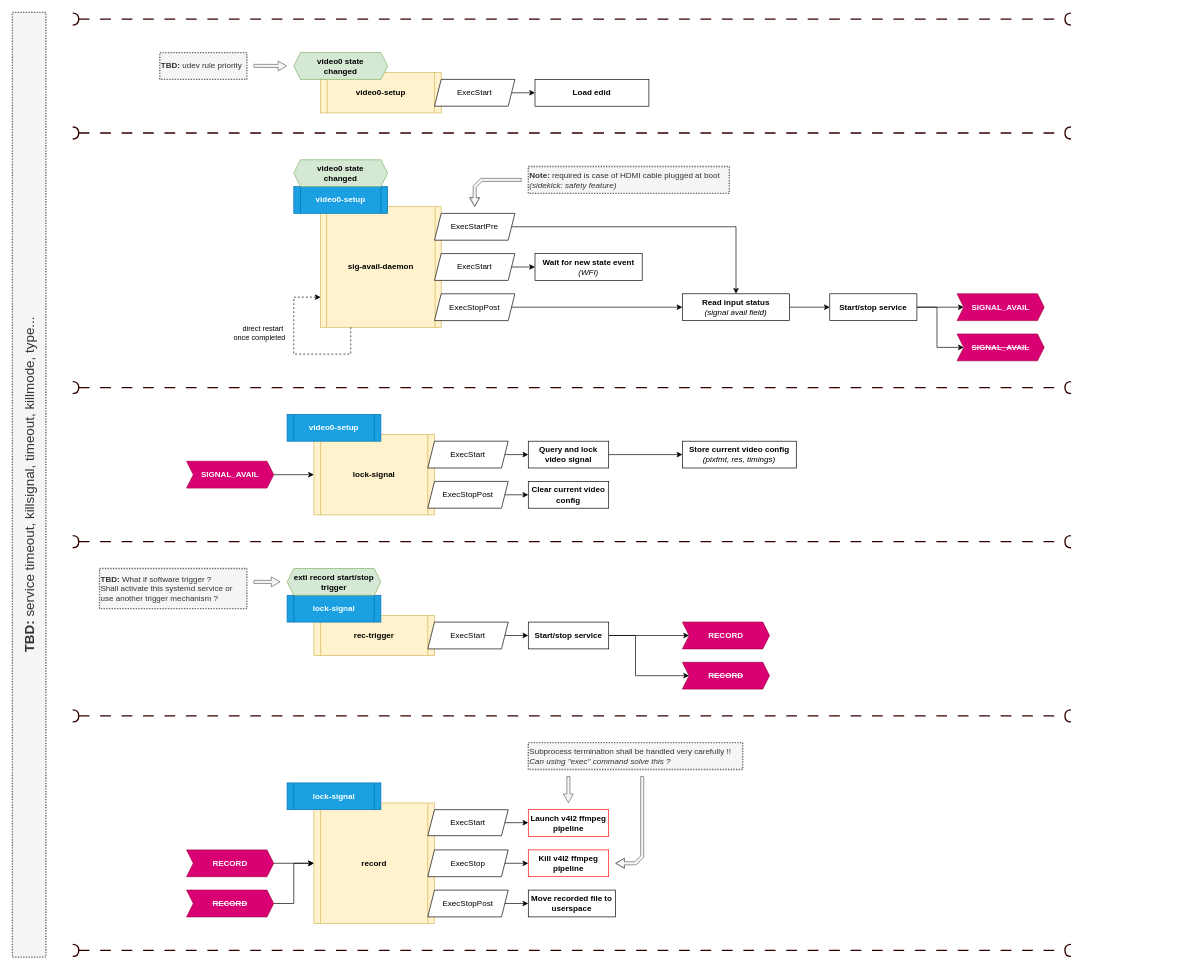
This is page "system-behavior" (3 of 8) of docs/arch/arch.v4.drawio from repeact/embedded-sw, a draw.io file, before an edit. Source tidied: cells renumbered, new cells numbered last; positions are measured from the earlier drawing's top-left corner, leaving out a move shared by most shapes. Both pictures are drawn from the tidied source at 67%, with x=0, y=0 at pixel (12, 12).
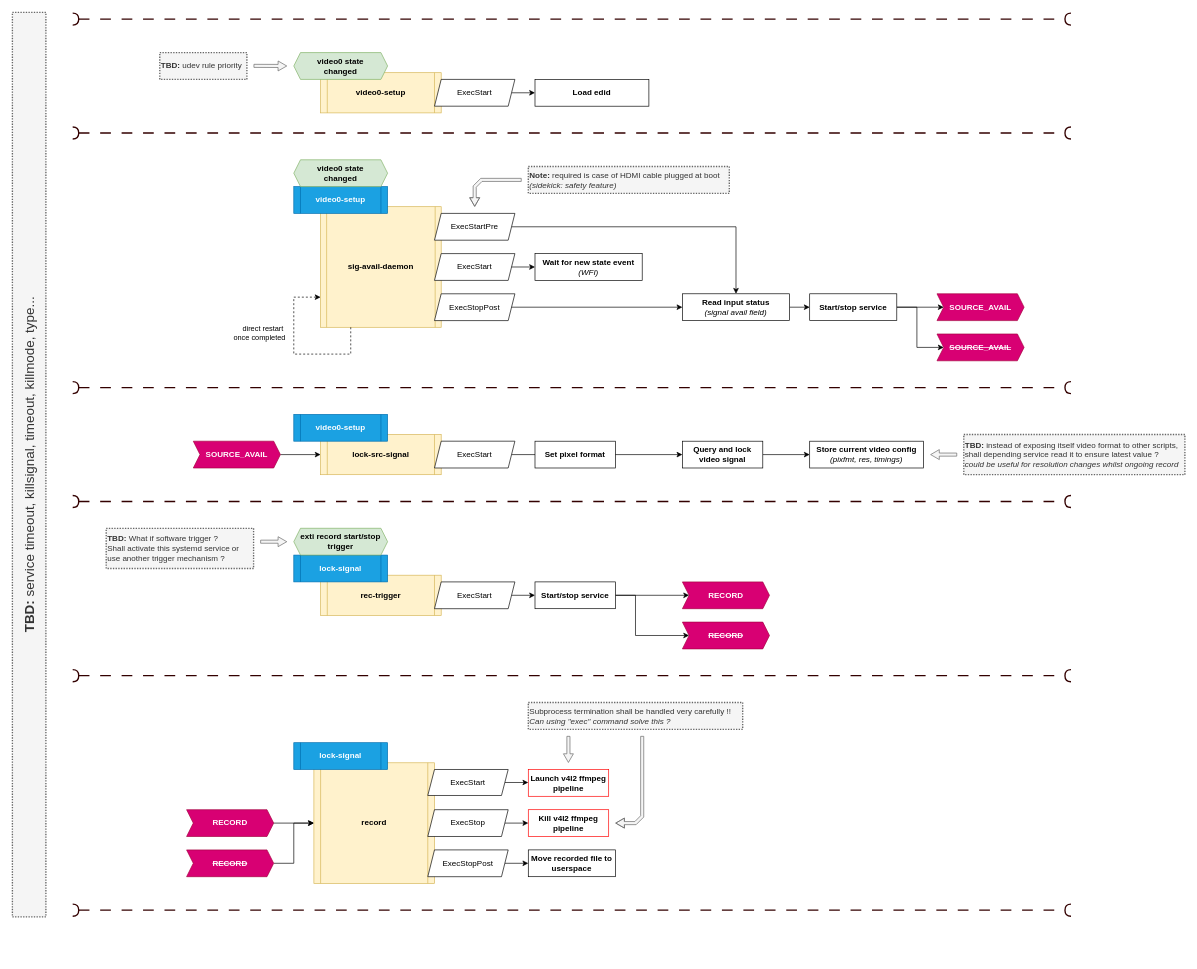
The same diagram, later.

Commit message (it also covers changes not shown here):
docs(arch): add lock source signal design

What changed in the source:
```diff
@@
-    <mxCell id="7" value="&lt;span style=&quot;font-size: 12px;&quot;&gt;&lt;b&gt;lock-signal&lt;/b&gt;&lt;/span&gt;" style="shape=process;whiteSpace=wrap;html=1;backgroundOutline=1;size=0.05555555555555555;strokeWidth=1;fontSize=8;fillColor=#fff2cc;strokeColor=#d6b656;" parent="1" vertex="1">
-      <mxGeometry x="450" y="630" width="180" height="120" as="geometry" />
+    <mxCell id="7" value="&lt;b style=&quot;font-size: 12px;&quot;&gt;lock-src-signal&lt;/b&gt;" style="shape=process;whiteSpace=wrap;html=1;backgroundOutline=1;size=0.05555555555555555;strokeWidth=1;fontSize=8;fillColor=#fff2cc;strokeColor=#d6b656;" parent="1" vertex="1">
+      <mxGeometry x="460" y="630" width="180" height="60" as="geometry" />
     </mxCell>
@@
     <mxCell id="9" value="&lt;b&gt;Query and lock video signal&lt;/b&gt;" style="rounded=0;whiteSpace=wrap;html=1;strokeWidth=1;" parent="1" vertex="1">
-      <mxGeometry x="770" y="640" width="120" height="40" as="geometry" />
+      <mxGeometry x="1000" y="640" width="120" height="40" as="geometry" />
     </mxCell>
     <mxCell id="10" value="&lt;b&gt;Store current video config&lt;/b&gt;&lt;div&gt;&lt;i&gt;(pixfmt, res, timings)&lt;/i&gt;&lt;/div&gt;" style="rounded=0;whiteSpace=wrap;html=1;strokeWidth=1;" parent="1" vertex="1">
-      <mxGeometry x="1000" y="640" width="170" height="40" as="geometry" />
+      <mxGeometry x="1190" y="640" width="170" height="40" as="geometry" />
     </mxCell>
@@
     <mxCell id="12" value="&lt;b style=&quot;font-size: 12px;&quot;&gt;video0-setup&lt;/b&gt;" style="shape=process;whiteSpace=wrap;html=1;backgroundOutline=1;size=0.07142857142857142;strokeWidth=1;fontSize=8;fillColor=#1ba1e2;fontColor=#FFFFFF;strokeColor=#006EAF;" parent="1" vertex="1">
-      <mxGeometry x="410" y="600" width="140" height="40" as="geometry" />
+      <mxGeometry x="420" y="600" width="140" height="40" as="geometry" />
     </mxCell>
-    <mxCell id="13" value="&lt;b&gt;SIGNAL_AVAIL&lt;/b&gt;" style="shape=step;perimeter=stepPerimeter;whiteSpace=wrap;html=1;fixedSize=1;size=10;fillColor=#d80073;strokeColor=#A50040;fontColor=#ffffff;" parent="1" vertex="1">
-      <mxGeometry x="1410" y="420" width="130" height="40" as="geometry" />
+    <mxCell id="13" value="&lt;b&gt;SOURCE_AVAIL&lt;/b&gt;" style="shape=step;perimeter=stepPerimeter;whiteSpace=wrap;html=1;fixedSize=1;size=10;fillColor=#d80073;strokeColor=#A50040;fontColor=#ffffff;" parent="1" vertex="1">
+      <mxGeometry x="1380" y="420" width="130" height="40" as="geometry" />
     </mxCell>
-    <mxCell id="14" value="&lt;b&gt;&lt;strike&gt;SIGNAL_AVAIL&lt;/strike&gt;&lt;/b&gt;" style="shape=step;perimeter=stepPerimeter;whiteSpace=wrap;html=1;fixedSize=1;size=10;fillColor=#d80073;strokeColor=#A50040;fontColor=#ffffff;" parent="1" vertex="1">
-      <mxGeometry x="1410" y="480" width="130" height="40" as="geometry" />
+    <mxCell id="14" value="&lt;b&gt;&lt;strike&gt;SOURCE_AVAIL&lt;/strike&gt;&lt;/b&gt;" style="shape=step;perimeter=stepPerimeter;whiteSpace=wrap;html=1;fixedSize=1;size=10;fillColor=#d80073;strokeColor=#A50040;fontColor=#ffffff;" parent="1" vertex="1">
+      <mxGeometry x="1380" y="480" width="130" height="40" as="geometry" />
     </mxCell>
@@
     <mxCell id="22" value="ExecStart" style="shape=parallelogram;perimeter=parallelogramPerimeter;whiteSpace=wrap;html=1;fixedSize=1;size=10;spacingTop=0;spacingLeft=8;spacingRight=8;" parent="1" vertex="1">
-      <mxGeometry x="620" y="640" width="120" height="40" as="geometry" />
+      <mxGeometry x="630" y="640" width="120" height="40" as="geometry" />
     </mxCell>
@@
-    <mxCell id="24" value="&lt;b&gt;SIGNAL_AVAIL&lt;/b&gt;" style="shape=step;perimeter=stepPerimeter;whiteSpace=wrap;html=1;fixedSize=1;size=10;fillColor=#d80073;strokeColor=#A50040;fontColor=#ffffff;" parent="1" vertex="1">
-      <mxGeometry x="260" y="670" width="130" height="40" as="geometry" />
+    <mxCell id="24" value="&lt;b&gt;SOURCE_AVAIL&lt;/b&gt;" style="shape=step;perimeter=stepPerimeter;whiteSpace=wrap;html=1;fixedSize=1;size=10;fillColor=#d80073;strokeColor=#A50040;fontColor=#ffffff;" parent="1" vertex="1">
+      <mxGeometry x="270" y="640" width="130" height="40" as="geometry" />
     </mxCell>
-    <mxCell id="25" style="edgeStyle=orthogonalEdgeStyle;rounded=0;jettySize=auto;html=1;exitX=1;exitY=0.5;exitDx=0;exitDy=0;entryX=0;entryY=0.5;entryDx=0;entryDy=0;" parent="1" edge="1" source="26" target="27">
-      <mxGeometry relative="1" as="geometry" />
-    </mxCell>
-    <mxCell id="26" value="ExecStopPost" style="shape=parallelogram;perimeter=parallelogramPerimeter;whiteSpace=wrap;html=1;fixedSize=1;size=10;spacingTop=0;spacingLeft=8;spacingRight=8;" parent="1" vertex="1">
-      <mxGeometry x="620" y="700" width="120" height="40" as="geometry" />
-    </mxCell>
-    <mxCell id="27" value="&lt;b&gt;Clear current video config&lt;/b&gt;" style="rounded=0;whiteSpace=wrap;html=1;strokeWidth=1;" parent="1" vertex="1">
-      <mxGeometry x="770" y="700" width="120" height="40" as="geometry" />
-    </mxCell>
     <mxCell id="28" value="&lt;span style=&quot;font-size: 12px;&quot;&gt;&lt;b&gt;record&lt;/b&gt;&lt;/span&gt;" style="shape=process;whiteSpace=wrap;html=1;backgroundOutline=1;size=0.05555555555555555;strokeWidth=1;fontSize=8;fillColor=#fff2cc;strokeColor=#d6b656;" parent="1" vertex="1">
-      <mxGeometry x="450" y="1180" width="180" height="180" as="geometry" />
+      <mxGeometry x="450" y="1120" width="180" height="180" as="geometry" />
     </mxCell>
     <mxCell id="29" value="&lt;b style=&quot;font-size: 12px;&quot;&gt;lock-signal&lt;/b&gt;" style="shape=process;whiteSpace=wrap;html=1;backgroundOutline=1;size=0.07142857142857142;strokeWidth=1;fontSize=8;fillColor=#1ba1e2;fontColor=#FFFFFF;strokeColor=#006EAF;" parent="1" vertex="1">
-      <mxGeometry x="410" y="1150" width="140" height="40" as="geometry" />
+      <mxGeometry x="420" y="1090" width="140" height="40" as="geometry" />
     </mxCell>
@@
     <mxCell id="31" value="ExecStart" style="shape=parallelogram;perimeter=parallelogramPerimeter;whiteSpace=wrap;html=1;fixedSize=1;size=10;spacingTop=0;spacingLeft=8;spacingRight=8;" parent="1" vertex="1">
-      <mxGeometry x="620" y="1190" width="120" height="38.8" as="geometry" />
+      <mxGeometry x="620" y="1130" width="120" height="38.8" as="geometry" />
     </mxCell>
@@
     <mxCell id="33" value="ExecStopPost" style="shape=parallelogram;perimeter=parallelogramPerimeter;whiteSpace=wrap;html=1;fixedSize=1;size=10;spacingTop=0;spacingLeft=8;spacingRight=8;" parent="1" vertex="1">
-      <mxGeometry x="620" y="1310" width="120" height="40" as="geometry" />
+      <mxGeometry x="620" y="1250" width="120" height="40" as="geometry" />
     </mxCell>
     <mxCell id="34" value="&lt;b&gt;Launch v4l2 ffmpeg pipeline&lt;/b&gt;" style="rounded=0;whiteSpace=wrap;html=1;strokeWidth=1;strokeColor=#FF0000;" parent="1" vertex="1">
-      <mxGeometry x="770" y="1190" width="120" height="40" as="geometry" />
+      <mxGeometry x="770" y="1130" width="120" height="40" as="geometry" />
     </mxCell>
@@
     <mxCell id="36" value="ExecStop" style="shape=parallelogram;perimeter=parallelogramPerimeter;whiteSpace=wrap;html=1;fixedSize=1;size=10;spacingTop=0;spacingLeft=8;spacingRight=8;" parent="1" vertex="1">
-      <mxGeometry x="620" y="1250" width="120" height="40" as="geometry" />
+      <mxGeometry x="620" y="1190" width="120" height="40" as="geometry" />
     </mxCell>
     <mxCell id="37" value="&lt;b&gt;Kill v4l2 ffmpeg pipeline&lt;/b&gt;" style="rounded=0;whiteSpace=wrap;html=1;strokeWidth=1;strokeColor=#FF0000;" parent="1" vertex="1">
-      <mxGeometry x="770" y="1250" width="120" height="40" as="geometry" />
+      <mxGeometry x="770" y="1190" width="120" height="40" as="geometry" />
     </mxCell>
     <mxCell id="38" value="&lt;div&gt;&lt;b&gt;Move recorded file to userspace&lt;/b&gt;&lt;/div&gt;" style="rounded=0;whiteSpace=wrap;html=1;strokeWidth=1;" parent="1" vertex="1">
-      <mxGeometry x="770" y="1310" width="130" height="40" as="geometry" />
+      <mxGeometry x="770" y="1250" width="130" height="40" as="geometry" />
     </mxCell>
     <mxCell id="39" value="&lt;div style=&quot;&quot;&gt;&lt;span style=&quot;&quot;&gt;S&lt;/span&gt;&lt;span style=&quot;&quot;&gt;ubprocess termination shall be handled very carefully !!&lt;/span&gt;&lt;/div&gt;&lt;div style=&quot;&quot;&gt;&lt;span style=&quot;&quot;&gt;&lt;i&gt;Can using &quot;exec&quot; command solve this ?&lt;/i&gt;&lt;/span&gt;&lt;/div&gt;" style="rounded=0;whiteSpace=wrap;html=1;fillColor=#f5f5f5;strokeColor=#666666;fontStyle=0;align=left;fontColor=#333333;strokeWidth=2;dashed=1;dashPattern=1 1;" parent="1" vertex="1">
-      <mxGeometry x="770" y="1090" width="320" height="40" as="geometry" />
+      <mxGeometry x="770" y="1030" width="320" height="40" as="geometry" />
     </mxCell>
     <mxCell id="40" style="shape=flexArrow;endArrow=classic;html=1;rounded=0;width=4.62809917355372;endSize=3.978512396694215;endWidth=9.262109551833408;fillColor=#f5f5f5;strokeColor=#666666;" parent="1" edge="1">
       <mxGeometry relative="1" as="geometry">
-        <mxPoint x="829.9" y="1140" as="sourcePoint" />
-        <mxPoint x="829.9" y="1180" as="targetPoint" />
+        <mxPoint x="829.9" y="1080" as="sourcePoint" />
+        <mxPoint x="829.9" y="1120" as="targetPoint" />
       </mxGeometry>
     </mxCell>
@@
     <mxCell id="43" style="endArrow=halfCircle;html=1;rounded=0;strokeWidth=2;dashed=1;dashPattern=8 8;strokeColor=#330000;startArrow=halfCircle;startFill=0;endFill=0;" parent="1" edge="1">
       <mxGeometry relative="1" as="geometry">
-        <mxPoint x="90" y="790" as="sourcePoint" />
-        <mxPoint x="1580" y="790" as="targetPoint" />
+        <mxPoint x="90" y="730" as="sourcePoint" />
+        <mxPoint x="1580" y="730" as="targetPoint" />
       </mxGeometry>
     </mxCell>
@@
     <mxCell id="47" style="edgeStyle=orthogonalEdgeStyle;rounded=0;jettySize=auto;html=1;exitX=1;exitY=0.5;exitDx=0;exitDy=0;entryX=0;entryY=0.5;entryDx=0;entryDy=0;" parent="1" edge="1" source="48" target="14">
       <mxGeometry relative="1" as="geometry">
         <Array as="points">
-          <mxPoint x="1380" y="440" />
-          <mxPoint x="1380" y="500" />
+          <mxPoint x="1350" y="440" />
+          <mxPoint x="1350" y="500" />
         </Array>
       </mxGeometry>
     </mxCell>
     <mxCell id="48" value="&lt;b&gt;Start/stop&lt;/b&gt;&lt;b style=&quot;background-color: transparent; color: light-dark(rgb(0, 0, 0), rgb(255, 255, 255));&quot;&gt;&amp;nbsp;service&lt;/b&gt;" style="rounded=0;whiteSpace=wrap;html=1;strokeWidth=1;" parent="1" vertex="1">
-      <mxGeometry x="1220" y="420" width="130" height="40" as="geometry" />
+      <mxGeometry x="1190" y="420" width="130" height="40" as="geometry" />
     </mxCell>
     <mxCell id="49" value="&lt;div style=&quot;&quot;&gt;&lt;font style=&quot;font-size: 20px;&quot;&gt;TBD: &lt;span style=&quot;font-weight: normal;&quot;&gt;service timeout, killsignal, timeout, killmode, type...&lt;/span&gt;&lt;/font&gt;&lt;/div&gt;" style="rounded=0;whiteSpace=wrap;html=1;fillColor=#f5f5f5;strokeColor=#666666;fontStyle=1;align=center;fontColor=#333333;strokeWidth=2;dashed=1;dashPattern=1 1;horizontal=0;" parent="1" vertex="1">
-      <mxGeometry width="50" height="1410" as="geometry" />
+      <mxGeometry width="50" height="1350" as="geometry" />
     </mxCell>
     <mxCell id="50" value="&lt;span style=&quot;font-size: 12px;&quot;&gt;&lt;b&gt;rec-trigger&lt;/b&gt;&lt;/span&gt;" style="shape=process;whiteSpace=wrap;html=1;backgroundOutline=1;size=0.05555555555555555;strokeWidth=1;fontSize=8;fillColor=#fff2cc;strokeColor=#d6b656;" parent="1" vertex="1">
-      <mxGeometry x="450" y="900" width="180" height="60" as="geometry" />
+      <mxGeometry x="460" y="840" width="180" height="60" as="geometry" />
     </mxCell>
     <mxCell id="51" value="&lt;b style=&quot;font-size: 12px;&quot;&gt;lock-signal&lt;/b&gt;" style="shape=process;whiteSpace=wrap;html=1;backgroundOutline=1;size=0.07142857142857142;strokeWidth=1;fontSize=8;fillColor=#1ba1e2;fontColor=#FFFFFF;strokeColor=#006EAF;" parent="1" vertex="1">
-      <mxGeometry x="410" y="870" width="140" height="40" as="geometry" />
+      <mxGeometry x="420" y="810" width="140" height="40" as="geometry" />
     </mxCell>
     <mxCell id="52" value="&lt;span style=&quot;font-size: 12px;&quot;&gt;&lt;b&gt;exti record start/stop trigger&lt;/b&gt;&lt;/span&gt;" style="shape=hexagon;perimeter=hexagonPerimeter2;whiteSpace=wrap;html=1;fixedSize=1;size=10;strokeWidth=1;fontSize=8;fillColor=#d5e8d4;strokeColor=#82b366;" parent="1" vertex="1">
-      <mxGeometry x="410" y="830" width="140" height="40" as="geometry" />
+      <mxGeometry x="420" y="770" width="140" height="40" as="geometry" />
     </mxCell>
     <mxCell id="53" value="&lt;b&gt;RECORD&lt;/b&gt;" style="shape=step;perimeter=stepPerimeter;whiteSpace=wrap;html=1;fixedSize=1;size=10;fillColor=#d80073;strokeColor=#A50040;fontColor=#ffffff;" parent="1" vertex="1">
-      <mxGeometry x="260" y="1250" width="130" height="40" as="geometry" />
+      <mxGeometry x="260" y="1190" width="130" height="40" as="geometry" />
     </mxCell>
@@
     <mxCell id="55" style="edgeStyle=orthogonalEdgeStyle;rounded=0;jettySize=auto;html=1;exitX=1;exitY=0.5;exitDx=0;exitDy=0;entryX=0;entryY=0.5;entryDx=0;entryDy=0;" parent="1" edge="1" source="56" target="28">
       <mxGeometry relative="1" as="geometry">
         <Array as="points">
-          <mxPoint x="420" y="1330" />
           <mxPoint x="420" y="1270" />
+          <mxPoint x="420" y="1210" />
         </Array>
       </mxGeometry>
     </mxCell>
     <mxCell id="56" value="&lt;b&gt;&lt;strike&gt;RECORD&lt;/strike&gt;&lt;/b&gt;" style="shape=step;perimeter=stepPerimeter;whiteSpace=wrap;html=1;fixedSize=1;size=10;fillColor=#d80073;strokeColor=#A50040;fontColor=#ffffff;" parent="1" vertex="1">
-      <mxGeometry x="260" y="1310" width="130" height="40" as="geometry" />
+      <mxGeometry x="260" y="1250" width="130" height="40" as="geometry" />
     </mxCell>
@@
     <mxCell id="58" value="ExecStart" style="shape=parallelogram;perimeter=parallelogramPerimeter;whiteSpace=wrap;html=1;fixedSize=1;size=10;spacingTop=0;spacingLeft=8;spacingRight=8;" parent="1" vertex="1">
-      <mxGeometry x="620" y="910" width="120" height="40" as="geometry" />
+      <mxGeometry x="630" y="850" width="120" height="40" as="geometry" />
     </mxCell>
     <mxCell id="59" value="&lt;b&gt;RECORD&lt;/b&gt;" style="shape=step;perimeter=stepPerimeter;whiteSpace=wrap;html=1;fixedSize=1;size=10;fillColor=#d80073;strokeColor=#A50040;fontColor=#ffffff;" parent="1" vertex="1">
-      <mxGeometry x="1000" y="910" width="130" height="40" as="geometry" />
+      <mxGeometry x="1000" y="850" width="130" height="40" as="geometry" />
     </mxCell>
     <mxCell id="60" value="&lt;b&gt;&lt;strike&gt;RECORD&lt;/strike&gt;&lt;/b&gt;" style="shape=step;perimeter=stepPerimeter;whiteSpace=wrap;html=1;fixedSize=1;size=10;fillColor=#d80073;strokeColor=#A50040;fontColor=#ffffff;" parent="1" vertex="1">
-      <mxGeometry x="1000" y="970" width="130" height="40" as="geometry" />
+      <mxGeometry x="1000" y="910" width="130" height="40" as="geometry" />
     </mxCell>
@@
-    <mxCell id="62" style="edgeStyle=orthogonalEdgeStyle;rounded=0;jettySize=auto;html=1;exitX=1;exitY=0.5;exitDx=0;exitDy=0;entryX=0;entryY=0.5;entryDx=0;entryDy=0;" parent="1" edge="1" source="63" target="60">
+    <mxCell id="62" style="edgeStyle=orthogonalEdgeStyle;rounded=0;orthogonalLoop=1;jettySize=auto;html=1;exitX=1;exitY=0.5;exitDx=0;exitDy=0;entryX=0;entryY=0.5;entryDx=0;entryDy=0;" parent="1" edge="1">
       <mxGeometry relative="1" as="geometry">
+        <mxPoint x="900" y="870" as="sourcePoint" />
+        <mxPoint x="1010" y="930" as="targetPoint" />
         <Array as="points">
+          <mxPoint x="930" y="870" />
           <mxPoint x="930" y="930" />
-          <mxPoint x="930" y="990" />
         </Array>
       </mxGeometry>
     </mxCell>
     <mxCell id="63" value="&lt;b&gt;Start/stop&amp;nbsp;&lt;/b&gt;&lt;b style=&quot;background-color: transparent; color: light-dark(rgb(0, 0, 0), rgb(255, 255, 255));&quot;&gt;service&lt;/b&gt;" style="rounded=0;whiteSpace=wrap;html=1;strokeWidth=1;" parent="1" vertex="1">
-      <mxGeometry x="770" y="910" width="120" height="40" as="geometry" />
+      <mxGeometry x="780" y="850" width="120" height="40" as="geometry" />
     </mxCell>
     <mxCell id="64" value="&lt;div style=&quot;&quot;&gt;TBD: &lt;span style=&quot;font-weight: 400;&quot;&gt;What if software trigger ?&lt;/span&gt;&lt;/div&gt;&lt;div style=&quot;&quot;&gt;&lt;span style=&quot;font-weight: 400;&quot;&gt;Shall activate this systemd service or use another trigger mechanism ?&lt;/span&gt;&lt;/div&gt;" style="rounded=0;whiteSpace=wrap;html=1;fillColor=#f5f5f5;strokeColor=#666666;fontStyle=1;align=left;fontColor=#333333;strokeWidth=2;dashed=1;dashPattern=1 1;" parent="1" vertex="1">
-      <mxGeometry x="130" y="830" width="220" height="60" as="geometry" />
+      <mxGeometry x="140" y="770" width="220" height="60" as="geometry" />
     </mxCell>
     <mxCell id="65" style="shape=flexArrow;endArrow=classic;html=1;rounded=0;width=4.62809917355372;endSize=3.978512396694215;endWidth=9.262109551833408;fillColor=#f5f5f5;strokeColor=#666666;" parent="1" edge="1">
       <mxGeometry relative="1" as="geometry">
-        <mxPoint x="360" y="850" as="sourcePoint" />
-        <mxPoint x="400" y="850" as="targetPoint" />
+        <mxPoint x="370" y="790" as="sourcePoint" />
+        <mxPoint x="410" y="790" as="targetPoint" />
       </mxGeometry>
     </mxCell>
     <mxCell id="66" style="endArrow=halfCircle;html=1;rounded=0;strokeWidth=2;dashed=1;dashPattern=8 8;strokeColor=#330000;startArrow=halfCircle;startFill=0;endFill=0;" parent="1" edge="1">
       <mxGeometry relative="1" as="geometry">
-        <mxPoint x="90" y="1050" as="sourcePoint" />
-        <mxPoint x="1580" y="1050" as="targetPoint" />
+        <mxPoint x="90" y="990" as="sourcePoint" />
+        <mxPoint x="1580" y="990" as="targetPoint" />
       </mxGeometry>
     </mxCell>
@@
     <mxCell id="68" style="endArrow=halfCircle;html=1;rounded=0;strokeWidth=2;dashed=1;dashPattern=8 8;strokeColor=#330000;startArrow=halfCircle;startFill=0;endFill=0;" parent="1" edge="1">
       <mxGeometry relative="1" as="geometry">
-        <mxPoint x="90" y="1400" as="sourcePoint" />
-        <mxPoint x="1580" y="1400" as="targetPoint" />
+        <mxPoint x="90" y="1340" as="sourcePoint" />
+        <mxPoint x="1580" y="1340" as="targetPoint" />
       </mxGeometry>
     </mxCell>
@@
     <mxCell id="70" style="shape=flexArrow;endArrow=classic;html=1;rounded=0;width=4.62809917355372;endSize=3.978512396694215;endWidth=9.262109551833408;fillColor=#f5f5f5;strokeColor=#666666;" parent="1" edge="1">
       <mxGeometry relative="1" as="geometry">
-        <mxPoint x="940" y="1140" as="sourcePoint" />
-        <mxPoint x="900" y="1270" as="targetPoint" />
+        <mxPoint x="940" y="1080" as="sourcePoint" />
+        <mxPoint x="900" y="1210" as="targetPoint" />
         <Array as="points">
-          <mxPoint x="940" y="1260" />
-          <mxPoint x="930" y="1270" />
+          <mxPoint x="940" y="1200" />
+          <mxPoint x="930" y="1210" />
         </Array>
       </mxGeometry>
     </mxCell>
@@
+    <mxCell id="79" value="&lt;div style=&quot;&quot;&gt;TBD: &lt;span style=&quot;font-weight: normal;&quot;&gt;instead of exposing itself video format to other scripts, shall depending service read it to ensure latest value ?&lt;br&gt;&lt;i&gt;could be useful for resolution changes whilst ongoing record&lt;/i&gt;&lt;/span&gt;&lt;/div&gt;" style="rounded=0;whiteSpace=wrap;html=1;fillColor=#f5f5f5;strokeColor=#666666;fontStyle=1;align=left;fontColor=#333333;strokeWidth=2;dashed=1;dashPattern=1 1;" parent="1" vertex="1">
+      <mxGeometry x="1420" y="630" width="330" height="60" as="geometry" />
+    </mxCell>
+    <mxCell id="80" style="shape=flexArrow;endArrow=classic;html=1;rounded=0;width=4.62809917355372;endSize=3.978512396694215;endWidth=9.262109551833408;fillColor=#f5f5f5;strokeColor=#666666;" parent="1" edge="1">
+      <mxGeometry relative="1" as="geometry">
+        <mxPoint x="1410" y="660" as="sourcePoint" />
+        <mxPoint x="1370" y="660" as="targetPoint" />
+      </mxGeometry>
+    </mxCell>
+    <mxCell id="81" value="&lt;b&gt;Set pixel format&lt;/b&gt;" style="rounded=0;whiteSpace=wrap;html=1;strokeWidth=1;" parent="1" vertex="1">
+      <mxGeometry x="780" y="640" width="120" height="40" as="geometry" />
+    </mxCell>
```
